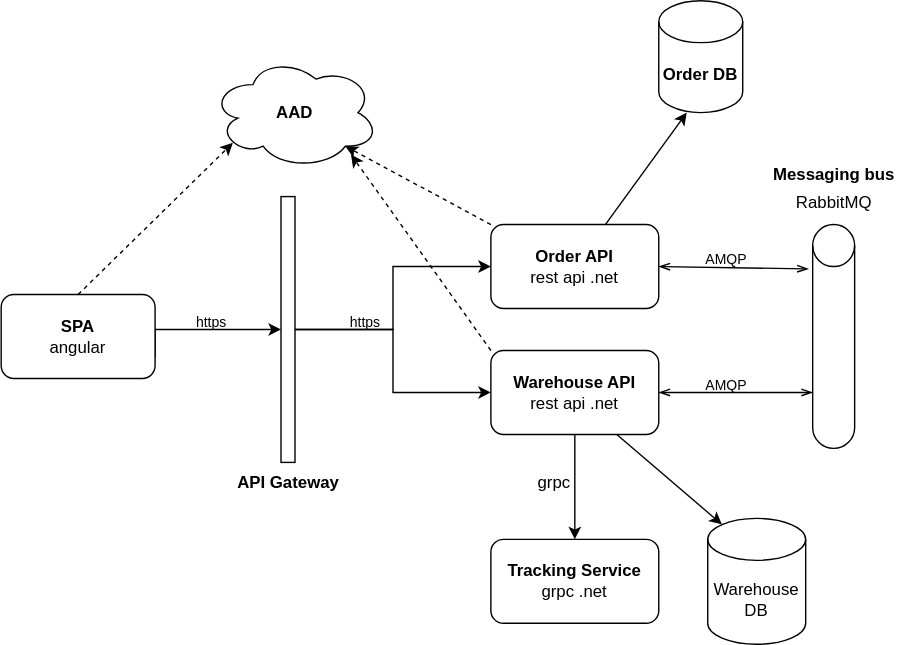
michal-panfil/microservices.dotnet keeps this draw.io diagram as assets/Microservice architecture.drawio.svg. Above is the earlier version. Source tidied: cells renumbered, new cells last; positions are measured from the earlier drawing's top-left corner, leaving out a move shared by most shapes. Its diagram source:
```xml
<mxGraphModel>
  <root>
    <mxCell id="0" />
    <mxCell id="1" parent="0" />
    <mxCell id="2" style="edgeStyle=orthogonalEdgeStyle;rounded=0;jettySize=auto;html=1;exitX=1;exitY=0.75;exitDx=0;exitDy=0;entryX=0;entryY=0.5;entryDx=0;entryDy=0;startArrow=none;startFill=0;" parent="1" edge="1" source="3" target="17">
      <mxGeometry relative="1" as="geometry">
        <Array as="points">
          <mxPoint x="110" y="235" />
        </Array>
      </mxGeometry>
    </mxCell>
    <mxCell id="3" value="&lt;b&gt;SPA&lt;/b&gt;&lt;br&gt;angular" style="rounded=1;whiteSpace=wrap;html=1;" parent="1" vertex="1">
      <mxGeometry y="210" width="110" height="60" as="geometry" />
    </mxCell>
    <mxCell id="4" value="&lt;b&gt;AAD&lt;/b&gt;" style="ellipse;shape=cloud;whiteSpace=wrap;html=1;" parent="1" vertex="1">
      <mxGeometry x="150" y="40" width="120" height="80" as="geometry" />
    </mxCell>
    <mxCell id="5" value="&lt;b&gt;Order API&lt;br&gt;&lt;/b&gt;rest api .net" style="rounded=1;whiteSpace=wrap;html=1;" parent="1" vertex="1">
      <mxGeometry x="350" y="160" width="120" height="60" as="geometry" />
    </mxCell>
    <mxCell id="6" style="edgeStyle=orthogonalEdgeStyle;rounded=0;jettySize=auto;html=1;exitX=0.5;exitY=1;exitDx=0;exitDy=0;entryX=0.5;entryY=0;entryDx=0;entryDy=0;" parent="1" edge="1" source="7" target="8">
      <mxGeometry relative="1" as="geometry" />
    </mxCell>
    <mxCell id="7" value="&lt;b&gt;Warehouse API&lt;br&gt;&lt;/b&gt;rest api .net" style="rounded=1;whiteSpace=wrap;html=1;" parent="1" vertex="1">
      <mxGeometry x="350" y="250" width="120" height="60" as="geometry" />
    </mxCell>
    <mxCell id="8" value="&lt;b&gt;Tracking Service&lt;br&gt;&lt;/b&gt;grpc .net" style="rounded=1;whiteSpace=wrap;html=1;" parent="1" vertex="1">
      <mxGeometry x="350" y="385" width="120" height="60" as="geometry" />
    </mxCell>
    <mxCell id="9" value="&lt;b&gt;Order DB&lt;/b&gt;" style="shape=cylinder3;whiteSpace=wrap;html=1;boundedLbl=1;backgroundOutline=1;size=15;" parent="1" vertex="1">
      <mxGeometry x="470" width="60" height="80" as="geometry" />
    </mxCell>
    <mxCell id="10" value="Warehouse&lt;br&gt;DB" style="shape=cylinder3;whiteSpace=wrap;html=1;boundedLbl=1;backgroundOutline=1;size=15;" parent="1" vertex="1">
      <mxGeometry x="505" y="370" width="70" height="90" as="geometry" />
    </mxCell>
    <mxCell id="11" style="shape=cylinder3;whiteSpace=wrap;html=1;boundedLbl=1;backgroundOutline=1;size=15;" parent="1" vertex="1">
      <mxGeometry x="580" y="160" width="30" height="160" as="geometry" />
    </mxCell>
    <mxCell id="12" value="&lt;b&gt;Messaging bus&lt;/b&gt;" style="text;html=1;strokeColor=none;fillColor=none;align=center;verticalAlign=middle;whiteSpace=wrap;rounded=0;direction=west;flipV=0;flipH=0;" parent="1" vertex="1">
      <mxGeometry x="547.5" y="110" width="95" height="30" as="geometry" />
    </mxCell>
    <mxCell id="13" value="RabbitMQ" style="text;html=1;align=center;verticalAlign=middle;strokeColor=none;fillColor=none;" parent="1" vertex="1">
      <mxGeometry x="555" y="130" width="80" height="30" as="geometry" />
    </mxCell>
    <mxCell id="14" style="endArrow=classic;startArrow=none;html=1;rounded=0;startFill=0;" parent="1" edge="1" source="5">
      <mxGeometry relative="1" as="geometry">
        <mxPoint x="490" y="80" as="targetPoint" />
      </mxGeometry>
    </mxCell>
    <mxCell id="15" style="edgeStyle=orthogonalEdgeStyle;rounded=0;jettySize=auto;html=1;exitX=1;exitY=0.5;exitDx=0;exitDy=0;entryX=0;entryY=0.5;entryDx=0;entryDy=0;startArrow=none;startFill=0;" parent="1" edge="1" source="17" target="5">
      <mxGeometry relative="1" as="geometry" />
    </mxCell>
    <mxCell id="16" style="edgeStyle=orthogonalEdgeStyle;rounded=0;jettySize=auto;html=1;exitX=1;exitY=0.5;exitDx=0;exitDy=0;entryX=0;entryY=0.5;entryDx=0;entryDy=0;startArrow=none;startFill=0;" parent="1" edge="1" source="17" target="7">
      <mxGeometry relative="1" as="geometry" />
    </mxCell>
    <mxCell id="17" style="rounded=0;whiteSpace=wrap;html=1;" parent="1" vertex="1">
      <mxGeometry x="200" y="140" width="10" height="190" as="geometry" />
    </mxCell>
    <mxCell id="18" value="&lt;b&gt;API Gateway&lt;/b&gt;" style="text;html=1;align=center;verticalAlign=middle;strokeColor=none;fillColor=none;" parent="1" vertex="1">
      <mxGeometry x="155" y="330" width="100" height="30" as="geometry" />
    </mxCell>
    <mxCell id="19" style="endArrow=openThin;startArrow=openThin;html=1;rounded=0;exitX=1;exitY=0.5;exitDx=0;exitDy=0;startFill=0;entryX=-0.1;entryY=0.198;entryDx=0;entryDy=0;entryPerimeter=0;endFill=0;" parent="1" edge="1" source="5" target="11">
      <mxGeometry relative="1" as="geometry" />
    </mxCell>
    <mxCell id="20" style="endArrow=openThin;startArrow=openThin;html=1;rounded=0;exitX=1;exitY=0.5;exitDx=0;exitDy=0;entryX=0;entryY=0.75;entryDx=0;entryDy=0;entryPerimeter=0;startFill=0;endFill=0;" parent="1" edge="1" source="7" target="11">
      <mxGeometry relative="1" as="geometry" />
    </mxCell>
    <mxCell id="21" style="endArrow=classic;html=1;rounded=0;exitX=0.75;exitY=1;exitDx=0;exitDy=0;entryX=0.145;entryY=0;entryDx=0;entryDy=4.35;entryPerimeter=0;" parent="1" edge="1" source="7" target="10">
      <mxGeometry relative="1" as="geometry" />
    </mxCell>
    <mxCell id="22" style="endArrow=classic;html=1;rounded=0;exitX=0.5;exitY=0;exitDx=0;exitDy=0;entryX=0.13;entryY=0.77;entryDx=0;entryDy=0;entryPerimeter=0;dashed=1;" parent="1" edge="1" source="3" target="4">
      <mxGeometry relative="1" as="geometry" />
    </mxCell>
    <mxCell id="23" style="endArrow=classic;html=1;rounded=0;exitX=0;exitY=0;exitDx=0;exitDy=0;entryX=0.8;entryY=0.8;entryDx=0;entryDy=0;entryPerimeter=0;dashed=1;" parent="1" edge="1" source="5" target="4">
      <mxGeometry relative="1" as="geometry" />
    </mxCell>
    <mxCell id="24" style="endArrow=classic;html=1;rounded=0;exitX=0;exitY=0;exitDx=0;exitDy=0;dashed=1;" parent="1" edge="1" source="7">
      <mxGeometry relative="1" as="geometry">
        <mxPoint x="250" y="110" as="targetPoint" />
      </mxGeometry>
    </mxCell>
    <mxCell id="25" value="https" style="text;html=1;align=center;verticalAlign=middle;strokeColor=none;fillColor=none;fontSize=10;" parent="1" vertex="1">
      <mxGeometry x="125" y="215" width="50" height="30" as="geometry" />
    </mxCell>
    <mxCell id="26" value="grpc" style="text;html=1;align=center;verticalAlign=middle;strokeColor=none;fillColor=none;" parent="1" vertex="1">
      <mxGeometry x="370" y="330" width="50" height="30" as="geometry" />
    </mxCell>
    <mxCell id="27" value="AMQP" style="text;html=1;align=center;verticalAlign=middle;strokeColor=none;fillColor=none;fontSize=10;" parent="1" vertex="1">
      <mxGeometry x="492.5" y="260" width="50" height="30" as="geometry" />
    </mxCell>
    <mxCell id="28" value="AMQP" style="text;html=1;align=center;verticalAlign=middle;strokeColor=none;fillColor=none;fontSize=10;" parent="1" vertex="1">
      <mxGeometry x="492.5" y="170" width="50" height="30" as="geometry" />
    </mxCell>
    <mxCell id="29" value="https" style="text;html=1;align=center;verticalAlign=middle;strokeColor=none;fillColor=none;fontSize=10;" parent="1" vertex="1">
      <mxGeometry x="235" y="215" width="50" height="30" as="geometry" />
    </mxCell>
  </root>
</mxGraphModel>
```
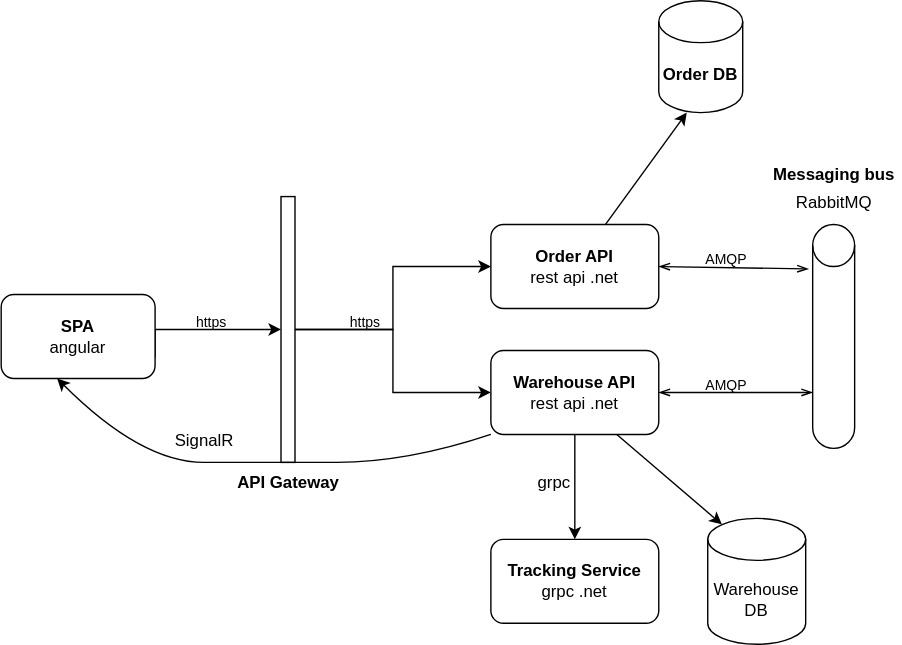
Later version of the same file.

Commit message:
architecture diagram update

The edit, as a diff of the source:
```diff
@@ -12,9 +12,6 @@
     <mxCell id="3" value="&lt;b&gt;SPA&lt;/b&gt;&lt;br&gt;angular" style="rounded=1;whiteSpace=wrap;html=1;" parent="1" vertex="1">
       <mxGeometry y="210" width="110" height="60" as="geometry" />
     </mxCell>
-    <mxCell id="4" value="&lt;b&gt;AAD&lt;/b&gt;" style="ellipse;shape=cloud;whiteSpace=wrap;html=1;" parent="1" vertex="1">
-      <mxGeometry x="150" y="40" width="120" height="80" as="geometry" />
-    </mxCell>
     <mxCell id="5" value="&lt;b&gt;Order API&lt;br&gt;&lt;/b&gt;rest api .net" style="rounded=1;whiteSpace=wrap;html=1;" parent="1" vertex="1">
       <mxGeometry x="350" y="160" width="120" height="60" as="geometry" />
     </mxCell>
@@ -68,17 +65,6 @@
     <mxCell id="21" style="endArrow=classic;html=1;rounded=0;exitX=0.75;exitY=1;exitDx=0;exitDy=0;entryX=0.145;entryY=0;entryDx=0;entryDy=4.35;entryPerimeter=0;" parent="1" edge="1" source="7" target="10">
       <mxGeometry relative="1" as="geometry" />
     </mxCell>
-    <mxCell id="22" style="endArrow=classic;html=1;rounded=0;exitX=0.5;exitY=0;exitDx=0;exitDy=0;entryX=0.13;entryY=0.77;entryDx=0;entryDy=0;entryPerimeter=0;dashed=1;" parent="1" edge="1" source="3" target="4">
-      <mxGeometry relative="1" as="geometry" />
-    </mxCell>
-    <mxCell id="23" style="endArrow=classic;html=1;rounded=0;exitX=0;exitY=0;exitDx=0;exitDy=0;entryX=0.8;entryY=0.8;entryDx=0;entryDy=0;entryPerimeter=0;dashed=1;" parent="1" edge="1" source="5" target="4">
-      <mxGeometry relative="1" as="geometry" />
-    </mxCell>
-    <mxCell id="24" style="endArrow=classic;html=1;rounded=0;exitX=0;exitY=0;exitDx=0;exitDy=0;dashed=1;" parent="1" edge="1" source="7">
-      <mxGeometry relative="1" as="geometry">
-        <mxPoint x="250" y="110" as="targetPoint" />
-      </mxGeometry>
-    </mxCell>
     <mxCell id="25" value="https" style="text;html=1;align=center;verticalAlign=middle;strokeColor=none;fillColor=none;fontSize=10;" parent="1" vertex="1">
       <mxGeometry x="125" y="215" width="50" height="30" as="geometry" />
     </mxCell>
@@ -94,5 +80,18 @@
     <mxCell id="29" value="https" style="text;html=1;align=center;verticalAlign=middle;strokeColor=none;fillColor=none;fontSize=10;" parent="1" vertex="1">
       <mxGeometry x="235" y="215" width="50" height="30" as="geometry" />
     </mxCell>
+    <mxCell id="30" style="curved=1;endArrow=none;html=1;rounded=0;entryX=0;entryY=1;entryDx=0;entryDy=0;startArrow=classic;startFill=1;endFill=0;" parent="1" edge="1" target="7">
+      <mxGeometry relative="1" as="geometry">
+        <mxPoint x="40" y="270" as="sourcePoint" />
+        <Array as="points">
+          <mxPoint x="100" y="330" />
+          <mxPoint x="190" y="330" />
+          <mxPoint x="290" y="330" />
+        </Array>
+      </mxGeometry>
+    </mxCell>
+    <mxCell id="31" value="SignalR" style="text;html=1;align=center;verticalAlign=middle;strokeColor=none;fillColor=none;rotation=0;" parent="1" vertex="1">
+      <mxGeometry x="110" y="300" width="70" height="30" as="geometry" />
+    </mxCell>
   </root>
 </mxGraphModel>
```
